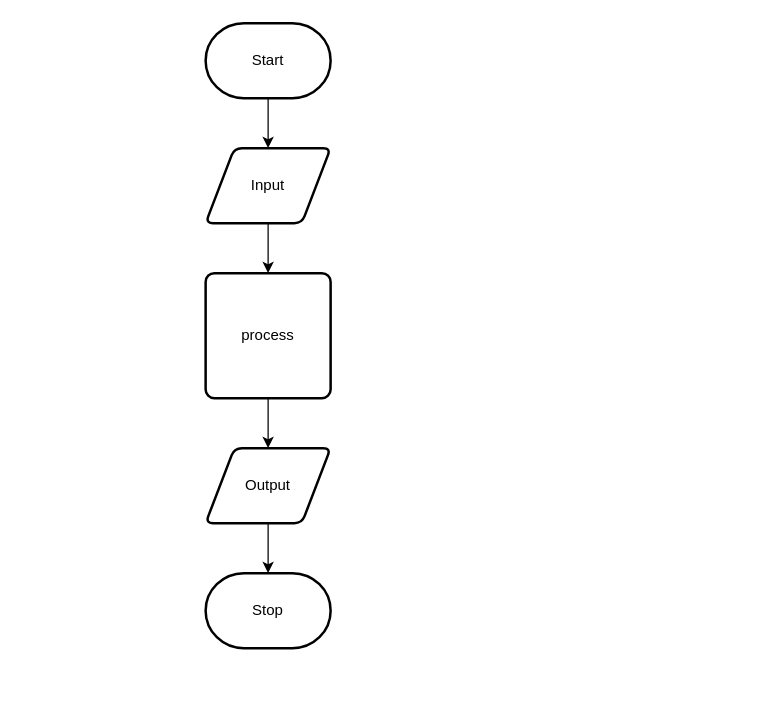
This is design/flow-chart.drawio from Claire-Bedrossian/ICS2O-Unit5-07-JS, a draw.io file, before an edit. Source tidied: cells renumbered, new cells numbered last; positions are measured from the earlier drawing's top-left corner, leaving out a move shared by most shapes. Both pictures are drawn from the tidied source at 125%, with x=0, y=0 at pixel (205, 22).
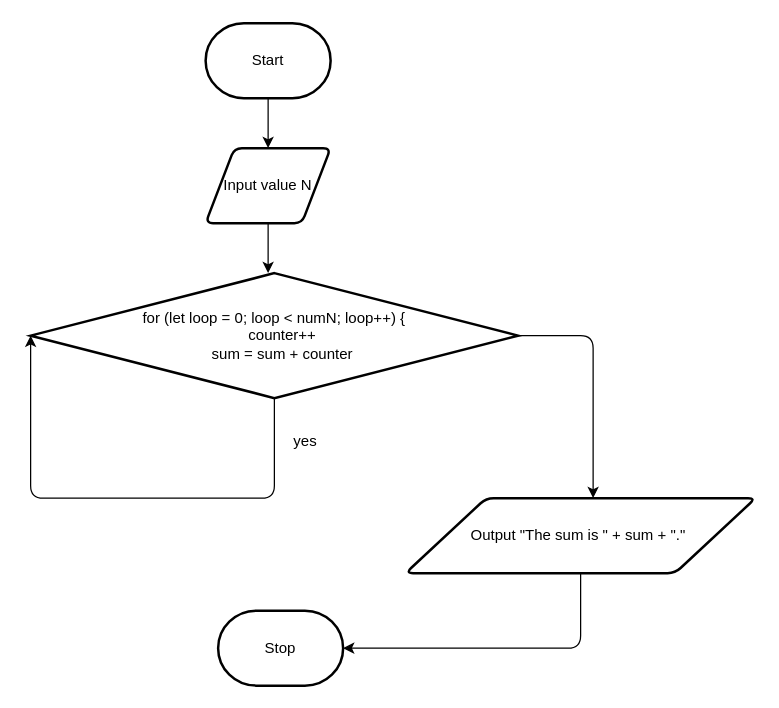
After the change.

Commit message (it also covers changes not shown here):
added storyboard and flowchart

What changed in the source:
```diff
@@
 <mxGraphModel>
   <root>
     <mxCell id="0" />
     <mxCell id="1" parent="0" />
     <mxCell id="2" style="edgeStyle=none;html=1;" parent="1" edge="1" source="3" target="5">
       <mxGeometry relative="1" as="geometry" />
     </mxCell>
     <mxCell id="3" value="Start" style="strokeWidth=2;html=1;shape=mxgraph.flowchart.terminator;whiteSpace=wrap;" parent="1" vertex="1">
       <mxGeometry width="100" height="60" as="geometry" />
     </mxCell>
-    <mxCell id="4" style="edgeStyle=none;html=1;" parent="1" edge="1" source="5" target="7">
-      <mxGeometry relative="1" as="geometry" />
+    <mxCell id="4" style="edgeStyle=none;html=1;" parent="1" edge="1" source="5">
+      <mxGeometry relative="1" as="geometry">
+        <mxPoint x="50" y="200" as="targetPoint" />
+      </mxGeometry>
     </mxCell>
-    <mxCell id="5" value="Input" style="shape=parallelogram;html=1;strokeWidth=2;perimeter=parallelogramPerimeter;whiteSpace=wrap;rounded=1;arcSize=12;size=0.23;" parent="1" vertex="1">
+    <mxCell id="5" value="Input value N" style="shape=parallelogram;html=1;strokeWidth=2;perimeter=parallelogramPerimeter;whiteSpace=wrap;rounded=1;arcSize=12;size=0.23;" parent="1" vertex="1">
       <mxGeometry y="100" width="100" height="60" as="geometry" />
     </mxCell>
-    <mxCell id="6" style="edgeStyle=none;html=1;" parent="1" edge="1" source="7" target="9">
-      <mxGeometry relative="1" as="geometry" />
-    </mxCell>
-    <mxCell id="7" value="process" style="rounded=1;whiteSpace=wrap;html=1;absoluteArcSize=1;arcSize=14;strokeWidth=2;" parent="1" vertex="1">
-      <mxGeometry y="200" width="100" height="100" as="geometry" />
-    </mxCell>
+    <mxCell id="11" style="edgeStyle=none;html=1;exitX=0.5;exitY=1;exitDx=0;exitDy=0;exitPerimeter=0;entryX=0;entryY=0.5;entryDx=0;entryDy=0;entryPerimeter=0;" parent="1" edge="1" source="8" target="8">
+      <mxGeometry relative="1" as="geometry">
+        <Array as="points">
+          <mxPoint x="55" y="380" />
+          <mxPoint x="-140" y="380" />
+        </Array>
+      </mxGeometry>
+    </mxCell>
+    <mxCell id="12" style="edgeStyle=none;html=1;" parent="1" edge="1" source="8">
+      <mxGeometry relative="1" as="geometry">
+        <mxPoint x="310" y="380" as="targetPoint" />
+        <Array as="points">
+          <mxPoint x="310" y="250" />
+        </Array>
+      </mxGeometry>
+    </mxCell>
-    <mxCell id="8" style="edgeStyle=none;html=1;" parent="1" edge="1" source="9" target="10">
-      <mxGeometry relative="1" as="geometry" />
+    <mxCell id="8" value="&lt;div&gt;for (let loop = 0; loop &amp;lt; numN; loop++) {&lt;/div&gt;&lt;div&gt;&amp;nbsp; &amp;nbsp; counter++&lt;/div&gt;&lt;div&gt;&amp;nbsp; &amp;nbsp; sum = sum + counter&lt;/div&gt;" style="strokeWidth=2;html=1;shape=mxgraph.flowchart.decision;whiteSpace=wrap;" parent="1" vertex="1">
+      <mxGeometry x="-140" y="200" width="390" height="100" as="geometry" />
     </mxCell>
-    <mxCell id="9" value="Output" style="shape=parallelogram;html=1;strokeWidth=2;perimeter=parallelogramPerimeter;whiteSpace=wrap;rounded=1;arcSize=12;size=0.23;" parent="1" vertex="1">
-      <mxGeometry y="340" width="100" height="60" as="geometry" />
-    </mxCell>
+    <mxCell id="13" value="yes" style="text;html=1;strokeColor=none;fillColor=none;align=center;verticalAlign=middle;whiteSpace=wrap;rounded=0;" parent="1" vertex="1">
+      <mxGeometry x="50" y="320" width="60" height="30" as="geometry" />
+    </mxCell>
+    <mxCell id="14" style="edgeStyle=none;html=1;exitX=0.5;exitY=1;exitDx=0;exitDy=0;entryX=1;entryY=0.5;entryDx=0;entryDy=0;entryPerimeter=0;" parent="1" edge="1" source="15" target="10">
+      <mxGeometry relative="1" as="geometry">
+        <Array as="points">
+          <mxPoint x="300" y="500" />
+        </Array>
+      </mxGeometry>
+    </mxCell>
+    <mxCell id="15" value="Output&amp;nbsp;&quot;The sum is &quot; + sum + &quot;.&quot;&amp;nbsp;" style="shape=parallelogram;html=1;strokeWidth=2;perimeter=parallelogramPerimeter;whiteSpace=wrap;rounded=1;arcSize=12;size=0.23;" parent="1" vertex="1">
+      <mxGeometry x="160" y="380" width="280" height="60" as="geometry" />
+    </mxCell>
     <mxCell id="10" value="Stop" style="strokeWidth=2;html=1;shape=mxgraph.flowchart.terminator;whiteSpace=wrap;" parent="1" vertex="1">
-      <mxGeometry y="440" width="100" height="60" as="geometry" />
+      <mxGeometry x="10" y="470" width="100" height="60" as="geometry" />
     </mxCell>
   </root>
 </mxGraphModel>
```
